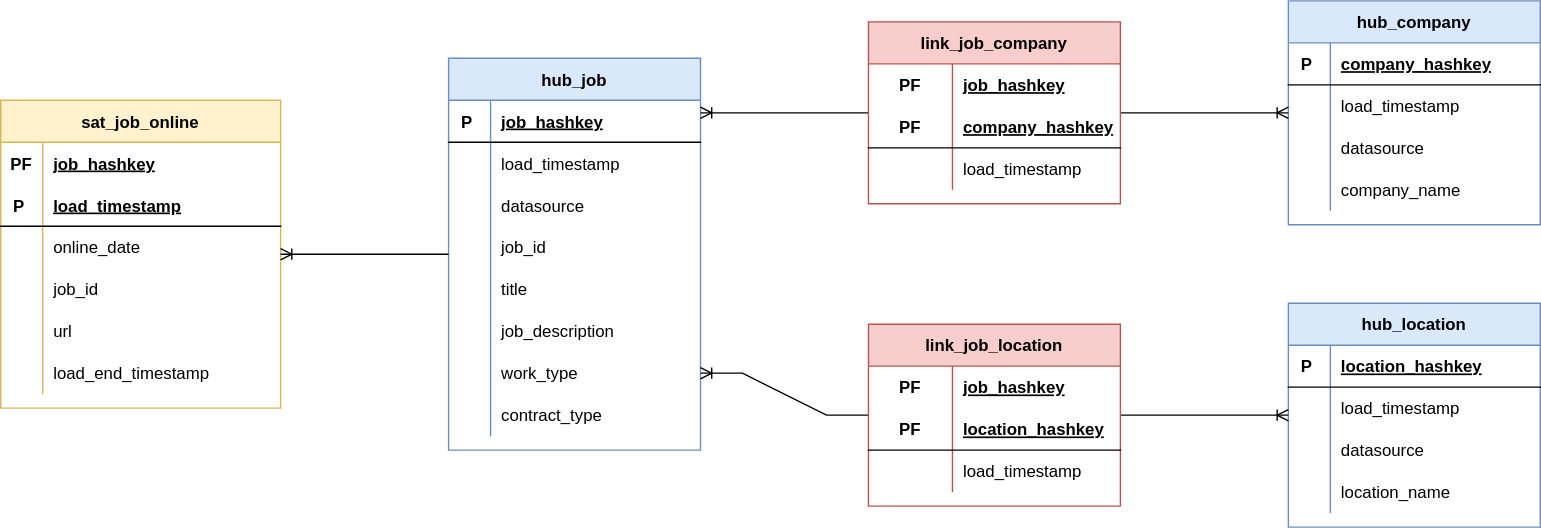
Before: doc/data-vault-model.drawio.svg, a diagram exported from draw.io (petracarrion/job-market-analytics). Source tidied: cells renumbered, new cells last; positions are measured from the earlier drawing's top-left corner, leaving out a move shared by most shapes.
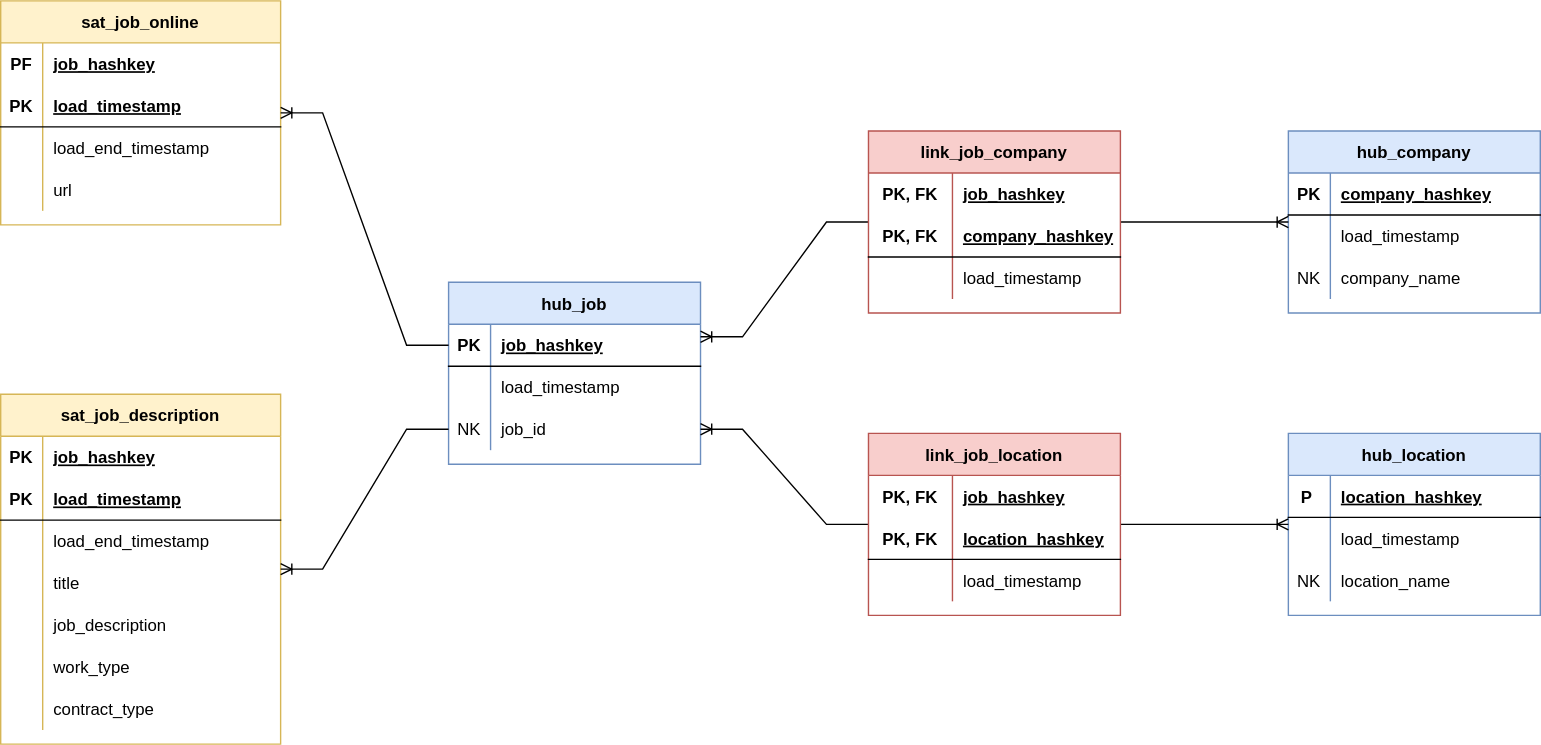
After the change.

What changed in the source:
```diff
@@ -5,3 +5,3 @@
     <mxCell id="2" value="sat_job_online" style="shape=table;startSize=30;rowLines=0;fontStyle=1;align=center;fillColor=#FFF2CC;strokeColor=#d6b656;swimlaneFillColor=#ffffff;" parent="1" vertex="1">
-      <mxGeometry y="71" width="200" height="220" as="geometry" />
+      <mxGeometry y="-55" width="200" height="160" as="geometry" />
     </mxCell>
@@ -19,3 +19,3 @@
     </mxCell>
-    <mxCell id="7" value="P " style="shape=partialRectangle;fillColor=none;top=0;left=0;bottom=0;right=0;fontStyle=1;overflow=hidden;" parent="6" vertex="1">
+    <mxCell id="7" value="PK" style="shape=partialRectangle;fillColor=none;top=0;left=0;bottom=0;right=0;fontStyle=1;overflow=hidden;" parent="6" vertex="1">
       <mxGeometry width="30" height="30" as="geometry" />
@@ -31,16 +31,7 @@
     </mxCell>
-    <mxCell id="11" value="online_date" style="shape=partialRectangle;fillColor=none;top=0;left=0;bottom=0;right=0;align=left;spacingLeft=6;overflow=hidden;" parent="9" vertex="1">
+    <mxCell id="11" value="load_end_timestamp" style="shape=partialRectangle;fillColor=none;top=0;left=0;bottom=0;right=0;align=left;spacingLeft=6;overflow=hidden;" parent="9" vertex="1">
       <mxGeometry x="30" width="170" height="30" as="geometry" />
     </mxCell>
-    <mxCell id="12" style="shape=partialRectangle;fillColor=none;top=0;left=0;bottom=0;right=0;" parent="2" vertex="1">
-      <mxGeometry y="120" width="200" height="30" as="geometry" />
-    </mxCell>
-    <mxCell id="13" style="shape=partialRectangle;fillColor=none;top=0;left=0;bottom=0;right=0;overflow=hidden;" parent="12" vertex="1">
-      <mxGeometry width="30" height="30" as="geometry" />
-    </mxCell>
-    <mxCell id="14" value="job_id" style="shape=partialRectangle;fillColor=none;top=0;left=0;bottom=0;right=0;align=left;spacingLeft=6;overflow=hidden;" parent="12" vertex="1">
-      <mxGeometry x="30" width="170" height="30" as="geometry" />
-    </mxCell>
     <mxCell id="15" style="shape=partialRectangle;fillColor=none;top=0;left=0;bottom=0;right=0;" parent="2" vertex="1">
-      <mxGeometry y="150" width="200" height="30" as="geometry" />
+      <mxGeometry y="120" width="200" height="30" as="geometry" />
     </mxCell>
@@ -52,13 +43,4 @@
     </mxCell>
-    <mxCell id="18" style="shape=partialRectangle;fillColor=none;top=0;left=0;bottom=0;right=0;" parent="2" vertex="1">
-      <mxGeometry y="180" width="200" height="30" as="geometry" />
-    </mxCell>
-    <mxCell id="19" style="shape=partialRectangle;fillColor=none;top=0;left=0;bottom=0;right=0;overflow=hidden;" parent="18" vertex="1">
-      <mxGeometry width="30" height="30" as="geometry" />
-    </mxCell>
-    <mxCell id="20" value="load_end_timestamp" style="shape=partialRectangle;fillColor=none;top=0;left=0;bottom=0;right=0;align=left;spacingLeft=6;overflow=hidden;" parent="18" vertex="1">
-      <mxGeometry x="30" width="170" height="30" as="geometry" />
-    </mxCell>
     <mxCell id="21" value="hub_job" style="shape=table;startSize=30;rowLines=0;fontStyle=1;align=center;fillColor=#dae8fc;strokeColor=#6c8ebf;swimlaneFillColor=#ffffff;" parent="1" vertex="1">
-      <mxGeometry x="320" y="41" width="180" height="280" as="geometry" />
+      <mxGeometry x="320" y="146" width="180" height="130" as="geometry" />
     </mxCell>
@@ -67,3 +49,3 @@
     </mxCell>
-    <mxCell id="23" value="P " style="shape=partialRectangle;fillColor=none;top=0;left=0;bottom=0;right=0;fontStyle=1;overflow=hidden;" parent="22" vertex="1">
+    <mxCell id="23" value="PK" style="shape=partialRectangle;fillColor=none;top=0;left=0;bottom=0;right=0;fontStyle=1;overflow=hidden;" parent="22" vertex="1">
       <mxGeometry width="30" height="30" as="geometry" />
@@ -82,15 +64,6 @@
     </mxCell>
-    <mxCell id="28" style="shape=partialRectangle;fillColor=none;top=0;left=0;bottom=0;right=0;" parent="21" vertex="1">
-      <mxGeometry y="90" width="180" height="30" as="geometry" />
-    </mxCell>
-    <mxCell id="29" style="shape=partialRectangle;fillColor=none;top=0;left=0;bottom=0;right=0;overflow=hidden;" parent="28" vertex="1">
-      <mxGeometry width="30" height="30" as="geometry" />
-    </mxCell>
-    <mxCell id="30" value="datasource" style="shape=partialRectangle;fillColor=none;top=0;left=0;bottom=0;right=0;align=left;spacingLeft=6;overflow=hidden;" parent="28" vertex="1">
-      <mxGeometry x="30" width="150" height="30" as="geometry" />
-    </mxCell>
     <mxCell id="31" style="shape=partialRectangle;fillColor=none;top=0;left=0;bottom=0;right=0;points=[[0,0.5],[1,0.5]];portConstraint=eastwest;" parent="21" vertex="1">
-      <mxGeometry y="120" width="180" height="30" as="geometry" />
+      <mxGeometry y="90" width="180" height="30" as="geometry" />
     </mxCell>
-    <mxCell id="32" style="shape=partialRectangle;fillColor=none;top=0;left=0;bottom=0;right=0;overflow=hidden;" parent="31" vertex="1">
+    <mxCell id="32" value="NK" style="shape=partialRectangle;fillColor=none;top=0;left=0;bottom=0;right=0;overflow=hidden;" parent="31" vertex="1">
       <mxGeometry width="30" height="30" as="geometry" />
@@ -100,39 +73,3 @@
     </mxCell>
-    <mxCell id="34" style="shape=partialRectangle;fillColor=none;top=0;left=0;bottom=0;right=0;" parent="21" vertex="1">
-      <mxGeometry y="150" width="180" height="30" as="geometry" />
-    </mxCell>
-    <mxCell id="35" style="shape=partialRectangle;fillColor=none;top=0;left=0;bottom=0;right=0;overflow=hidden;" parent="34" vertex="1">
-      <mxGeometry width="30" height="30" as="geometry" />
-    </mxCell>
-    <mxCell id="36" value="title" style="shape=partialRectangle;fillColor=none;top=0;left=0;bottom=0;right=0;align=left;spacingLeft=6;overflow=hidden;" parent="34" vertex="1">
-      <mxGeometry x="30" width="150" height="30" as="geometry" />
-    </mxCell>
-    <mxCell id="37" style="shape=partialRectangle;fillColor=none;top=0;left=0;bottom=0;right=0;" parent="21" vertex="1">
-      <mxGeometry y="180" width="180" height="30" as="geometry" />
-    </mxCell>
-    <mxCell id="38" style="shape=partialRectangle;fillColor=none;top=0;left=0;bottom=0;right=0;overflow=hidden;" parent="37" vertex="1">
-      <mxGeometry width="30" height="30" as="geometry" />
-    </mxCell>
-    <mxCell id="39" value="job_description" style="shape=partialRectangle;fillColor=none;top=0;left=0;bottom=0;right=0;align=left;spacingLeft=6;overflow=hidden;" parent="37" vertex="1">
-      <mxGeometry x="30" width="150" height="30" as="geometry" />
-    </mxCell>
-    <mxCell id="40" style="shape=partialRectangle;fillColor=none;top=0;left=0;bottom=0;right=0;points=[[0,0.5],[1,0.5]];portConstraint=eastwest;" parent="21" vertex="1">
-      <mxGeometry y="210" width="180" height="30" as="geometry" />
-    </mxCell>
-    <mxCell id="41" style="shape=partialRectangle;fillColor=none;top=0;left=0;bottom=0;right=0;overflow=hidden;" parent="40" vertex="1">
-      <mxGeometry width="30" height="30" as="geometry" />
-    </mxCell>
-    <mxCell id="42" value="work_type" style="shape=partialRectangle;fillColor=none;top=0;left=0;bottom=0;right=0;align=left;spacingLeft=6;overflow=hidden;" parent="40" vertex="1">
-      <mxGeometry x="30" width="150" height="30" as="geometry" />
-    </mxCell>
-    <mxCell id="43" style="shape=partialRectangle;fillColor=none;top=0;left=0;bottom=0;right=0;" parent="21" vertex="1">
-      <mxGeometry y="240" width="180" height="30" as="geometry" />
-    </mxCell>
-    <mxCell id="44" style="shape=partialRectangle;fillColor=none;top=0;left=0;bottom=0;right=0;overflow=hidden;" parent="43" vertex="1">
-      <mxGeometry width="30" height="30" as="geometry" />
-    </mxCell>
-    <mxCell id="45" value="contract_type" style="shape=partialRectangle;fillColor=none;top=0;left=0;bottom=0;right=0;align=left;spacingLeft=6;overflow=hidden;" parent="43" vertex="1">
-      <mxGeometry x="30" width="150" height="30" as="geometry" />
-    </mxCell>
-    <mxCell id="46" style="edgeStyle=entityRelationEdgeStyle;fontSize=12;html=1;endArrow=ERoneToMany;rounded=0;" parent="1" edge="1" source="21" target="2">
+    <mxCell id="46" style="edgeStyle=entityRelationEdgeStyle;fontSize=12;html=1;endArrow=ERoneToMany;rounded=0;" parent="1" edge="1" source="22" target="2">
       <mxGeometry relative="1" as="geometry" />
@@ -140,3 +77,3 @@
     <mxCell id="47" value="hub_company" style="shape=table;startSize=30;rowLines=0;fontStyle=1;align=center;fillColor=#dae8fc;strokeColor=#6c8ebf;swimlaneFillColor=#ffffff;" parent="1" vertex="1">
-      <mxGeometry x="920" width="180" height="160" as="geometry" />
+      <mxGeometry x="920" y="38" width="180" height="130" as="geometry" />
     </mxCell>
@@ -145,3 +82,3 @@
     </mxCell>
-    <mxCell id="49" value="P " style="shape=partialRectangle;fillColor=none;top=0;left=0;bottom=0;right=0;fontStyle=1;overflow=hidden;" parent="48" vertex="1">
+    <mxCell id="49" value="PK" style="shape=partialRectangle;fillColor=none;top=0;left=0;bottom=0;right=0;fontStyle=1;overflow=hidden;" parent="48" vertex="1">
       <mxGeometry width="30" height="30" as="geometry" />
@@ -160,15 +97,6 @@
     </mxCell>
-    <mxCell id="54" style="shape=partialRectangle;fillColor=none;top=0;left=0;bottom=0;right=0;" parent="47" vertex="1">
-      <mxGeometry y="90" width="180" height="30" as="geometry" />
-    </mxCell>
-    <mxCell id="55" style="shape=partialRectangle;fillColor=none;top=0;left=0;bottom=0;right=0;overflow=hidden;" parent="54" vertex="1">
-      <mxGeometry width="30" height="30" as="geometry" />
-    </mxCell>
-    <mxCell id="56" value="datasource" style="shape=partialRectangle;fillColor=none;top=0;left=0;bottom=0;right=0;align=left;spacingLeft=6;overflow=hidden;" parent="54" vertex="1">
-      <mxGeometry x="30" width="150" height="30" as="geometry" />
-    </mxCell>
     <mxCell id="57" style="shape=partialRectangle;fillColor=none;top=0;left=0;bottom=0;right=0;" parent="47" vertex="1">
-      <mxGeometry y="120" width="180" height="30" as="geometry" />
+      <mxGeometry y="90" width="180" height="30" as="geometry" />
     </mxCell>
-    <mxCell id="58" style="shape=partialRectangle;fillColor=none;top=0;left=0;bottom=0;right=0;overflow=hidden;" parent="57" vertex="1">
+    <mxCell id="58" value="NK" style="shape=partialRectangle;fillColor=none;top=0;left=0;bottom=0;right=0;overflow=hidden;" parent="57" vertex="1">
       <mxGeometry width="30" height="30" as="geometry" />
@@ -179,3 +107,3 @@
     <mxCell id="60" value="hub_location" style="shape=table;startSize=30;rowLines=0;fontStyle=1;align=center;fillColor=#dae8fc;strokeColor=#6c8ebf;swimlaneFillColor=#ffffff;" parent="1" vertex="1">
-      <mxGeometry x="920" y="216" width="180" height="160" as="geometry" />
+      <mxGeometry x="920" y="254" width="180" height="130" as="geometry" />
     </mxCell>
@@ -199,15 +127,6 @@
     </mxCell>
-    <mxCell id="67" style="shape=partialRectangle;fillColor=none;top=0;left=0;bottom=0;right=0;" parent="60" vertex="1">
-      <mxGeometry y="90" width="180" height="30" as="geometry" />
-    </mxCell>
-    <mxCell id="68" style="shape=partialRectangle;fillColor=none;top=0;left=0;bottom=0;right=0;overflow=hidden;" parent="67" vertex="1">
-      <mxGeometry width="30" height="30" as="geometry" />
-    </mxCell>
-    <mxCell id="69" value="datasource" style="shape=partialRectangle;fillColor=none;top=0;left=0;bottom=0;right=0;align=left;spacingLeft=6;overflow=hidden;" parent="67" vertex="1">
-      <mxGeometry x="30" width="150" height="30" as="geometry" />
-    </mxCell>
     <mxCell id="70" style="shape=partialRectangle;fillColor=none;top=0;left=0;bottom=0;right=0;" parent="60" vertex="1">
-      <mxGeometry y="120" width="180" height="30" as="geometry" />
+      <mxGeometry y="90" width="180" height="30" as="geometry" />
     </mxCell>
-    <mxCell id="71" style="shape=partialRectangle;fillColor=none;top=0;left=0;bottom=0;right=0;overflow=hidden;" parent="70" vertex="1">
+    <mxCell id="71" value="NK" style="shape=partialRectangle;fillColor=none;top=0;left=0;bottom=0;right=0;overflow=hidden;" parent="70" vertex="1">
       <mxGeometry width="30" height="30" as="geometry" />
@@ -220,3 +139,3 @@
     </mxCell>
-    <mxCell id="74" style="edgeStyle=entityRelationEdgeStyle;fontSize=12;html=1;endArrow=ERoneToMany;rounded=0;entryX=1;entryY=0.5;entryDx=0;entryDy=0;" parent="1" edge="1" source="77" target="40">
+    <mxCell id="74" style="edgeStyle=entityRelationEdgeStyle;fontSize=12;html=1;endArrow=ERoneToMany;rounded=0;entryX=1;entryY=0.5;entryDx=0;entryDy=0;" parent="1" edge="1" source="77" target="31">
       <mxGeometry relative="1" as="geometry" />
@@ -230,3 +149,3 @@
     <mxCell id="77" value="link_job_location" style="shape=table;startSize=30;rowLines=0;fontStyle=1;align=center;fillColor=#f8cecc;strokeColor=#b85450;" parent="1" vertex="1">
-      <mxGeometry x="620" y="231" width="180" height="130" as="geometry" />
+      <mxGeometry x="620" y="254" width="180" height="130" as="geometry" />
     </mxCell>
@@ -235,3 +154,3 @@
     </mxCell>
-    <mxCell id="79" value="PF" style="shape=partialRectangle;fillColor=none;top=0;left=0;bottom=0;right=0;fontStyle=1;overflow=hidden;" parent="78" vertex="1">
+    <mxCell id="79" value="PK, FK" style="shape=partialRectangle;fillColor=none;top=0;left=0;bottom=0;right=0;fontStyle=1;overflow=hidden;" parent="78" vertex="1">
       <mxGeometry width="60" height="30" as="geometry" />
@@ -244,3 +163,3 @@
     </mxCell>
-    <mxCell id="82" value="PF" style="shape=partialRectangle;fillColor=none;top=0;left=0;bottom=0;right=0;fontStyle=1;overflow=hidden;" parent="81" vertex="1">
+    <mxCell id="82" value="PK, FK" style="shape=partialRectangle;fillColor=none;top=0;left=0;bottom=0;right=0;fontStyle=1;overflow=hidden;" parent="81" vertex="1">
       <mxGeometry width="60" height="30" as="geometry" />
@@ -260,3 +179,3 @@
     <mxCell id="87" value="link_job_company" style="shape=table;startSize=30;rowLines=0;fontStyle=1;align=center;fillColor=#f8cecc;strokeColor=#b85450;" parent="1" vertex="1">
-      <mxGeometry x="620" y="15" width="180" height="130" as="geometry" />
+      <mxGeometry x="620" y="38" width="180" height="130" as="geometry" />
     </mxCell>
@@ -265,3 +184,3 @@
     </mxCell>
-    <mxCell id="89" value="PF" style="shape=partialRectangle;fillColor=none;top=0;left=0;bottom=0;right=0;fontStyle=1;overflow=hidden;" parent="88" vertex="1">
+    <mxCell id="89" value="PK, FK" style="shape=partialRectangle;fillColor=none;top=0;left=0;bottom=0;right=0;fontStyle=1;overflow=hidden;" parent="88" vertex="1">
       <mxGeometry width="60" height="30" as="geometry" />
@@ -274,3 +193,3 @@
     </mxCell>
-    <mxCell id="92" value="PF" style="shape=partialRectangle;fillColor=none;top=0;left=0;bottom=0;right=0;fontStyle=1;overflow=hidden;" parent="91" vertex="1">
+    <mxCell id="92" value="PK, FK" style="shape=partialRectangle;fillColor=none;top=0;left=0;bottom=0;right=0;fontStyle=1;overflow=hidden;" parent="91" vertex="1">
       <mxGeometry width="60" height="30" as="geometry" />
@@ -289,2 +208,71 @@
     </mxCell>
+    <mxCell id="97" value="sat_job_description" style="shape=table;startSize=30;rowLines=0;fontStyle=1;align=center;fillColor=#FFF2CC;strokeColor=#d6b656;swimlaneFillColor=#ffffff;" parent="1" vertex="1">
+      <mxGeometry y="226" width="200" height="250" as="geometry" />
+    </mxCell>
+    <mxCell id="98" style="shape=partialRectangle;fillColor=none;top=0;left=0;bottom=1;right=0;strokeColor=none;" parent="97" vertex="1">
+      <mxGeometry y="30" width="200" height="30" as="geometry" />
+    </mxCell>
+    <mxCell id="99" value="PK" style="shape=partialRectangle;fillColor=none;top=0;left=0;bottom=0;right=0;fontStyle=1;overflow=hidden;" parent="98" vertex="1">
+      <mxGeometry width="30" height="30" as="geometry" />
+    </mxCell>
+    <mxCell id="100" value="job_hashkey" style="shape=partialRectangle;fillColor=none;top=0;left=0;bottom=0;right=0;align=left;spacingLeft=6;fontStyle=5;overflow=hidden;" parent="98" vertex="1">
+      <mxGeometry x="30" width="170" height="30" as="geometry" />
+    </mxCell>
+    <mxCell id="101" style="shape=partialRectangle;fillColor=none;top=0;left=0;bottom=1;right=0;" parent="97" vertex="1">
+      <mxGeometry y="60" width="200" height="30" as="geometry" />
+    </mxCell>
+    <mxCell id="102" value="PK" style="shape=partialRectangle;fillColor=none;top=0;left=0;bottom=0;right=0;fontStyle=1;overflow=hidden;" parent="101" vertex="1">
+      <mxGeometry width="30" height="30" as="geometry" />
+    </mxCell>
+    <mxCell id="103" value="load_timestamp" style="shape=partialRectangle;fillColor=none;top=0;left=0;bottom=0;right=0;align=left;spacingLeft=6;fontStyle=5;overflow=hidden;" parent="101" vertex="1">
+      <mxGeometry x="30" width="170" height="30" as="geometry" />
+    </mxCell>
+    <mxCell id="104" style="shape=partialRectangle;fillColor=none;top=0;left=0;bottom=0;right=0;" parent="97" vertex="1">
+      <mxGeometry y="90" width="200" height="30" as="geometry" />
+    </mxCell>
+    <mxCell id="105" style="shape=partialRectangle;fillColor=none;top=0;left=0;bottom=0;right=0;overflow=hidden;" parent="104" vertex="1">
+      <mxGeometry width="30" height="30" as="geometry" />
+    </mxCell>
+    <mxCell id="20" value="load_end_timestamp" style="shape=partialRectangle;fillColor=none;top=0;left=0;bottom=0;right=0;align=left;spacingLeft=6;overflow=hidden;" parent="104" vertex="1">
+      <mxGeometry x="30" width="170" height="30" as="geometry" />
+    </mxCell>
+    <mxCell id="12" style="shape=partialRectangle;fillColor=none;top=0;left=0;bottom=0;right=0;" parent="97" vertex="1">
+      <mxGeometry y="120" width="200" height="30" as="geometry" />
+    </mxCell>
+    <mxCell id="106" style="shape=partialRectangle;fillColor=none;top=0;left=0;bottom=0;right=0;overflow=hidden;" parent="12" vertex="1">
+      <mxGeometry width="30" height="30" as="geometry" />
+    </mxCell>
+    <mxCell id="36" value="title" style="shape=partialRectangle;fillColor=none;top=0;left=0;bottom=0;right=0;align=left;spacingLeft=6;overflow=hidden;" parent="12" vertex="1">
+      <mxGeometry x="30" width="170" height="30" as="geometry" />
+    </mxCell>
+    <mxCell id="107" style="shape=partialRectangle;fillColor=none;top=0;left=0;bottom=0;right=0;" parent="97" vertex="1">
+      <mxGeometry y="150" width="200" height="30" as="geometry" />
+    </mxCell>
+    <mxCell id="108" style="shape=partialRectangle;fillColor=none;top=0;left=0;bottom=0;right=0;overflow=hidden;" parent="107" vertex="1">
+      <mxGeometry width="30" height="30" as="geometry" />
+    </mxCell>
+    <mxCell id="39" value="job_description" style="shape=partialRectangle;fillColor=none;top=0;left=0;bottom=0;right=0;align=left;spacingLeft=6;overflow=hidden;" parent="107" vertex="1">
+      <mxGeometry x="30" width="170" height="30" as="geometry" />
+    </mxCell>
+    <mxCell id="18" style="shape=partialRectangle;fillColor=none;top=0;left=0;bottom=0;right=0;" parent="97" vertex="1">
+      <mxGeometry y="180" width="200" height="30" as="geometry" />
+    </mxCell>
+    <mxCell id="109" style="shape=partialRectangle;fillColor=none;top=0;left=0;bottom=0;right=0;overflow=hidden;" parent="18" vertex="1">
+      <mxGeometry width="30" height="30" as="geometry" />
+    </mxCell>
+    <mxCell id="42" value="work_type" style="shape=partialRectangle;fillColor=none;top=0;left=0;bottom=0;right=0;align=left;spacingLeft=6;overflow=hidden;" parent="18" vertex="1">
+      <mxGeometry x="30" width="170" height="30" as="geometry" />
+    </mxCell>
+    <mxCell id="110" style="shape=partialRectangle;fillColor=none;top=0;left=0;bottom=0;right=0;" parent="97" vertex="1">
+      <mxGeometry y="210" width="200" height="30" as="geometry" />
+    </mxCell>
+    <mxCell id="111" style="shape=partialRectangle;fillColor=none;top=0;left=0;bottom=0;right=0;overflow=hidden;" parent="110" vertex="1">
+      <mxGeometry width="30" height="30" as="geometry" />
+    </mxCell>
+    <mxCell id="45" value="contract_type" style="shape=partialRectangle;fillColor=none;top=0;left=0;bottom=0;right=0;align=left;spacingLeft=6;overflow=hidden;" parent="110" vertex="1">
+      <mxGeometry x="30" width="170" height="30" as="geometry" />
+    </mxCell>
+    <mxCell id="112" style="edgeStyle=entityRelationEdgeStyle;fontSize=12;html=1;endArrow=ERoneToMany;rounded=0;" parent="1" edge="1" source="31" target="97">
+      <mxGeometry relative="1" as="geometry" />
+    </mxCell>
   </root>
```
